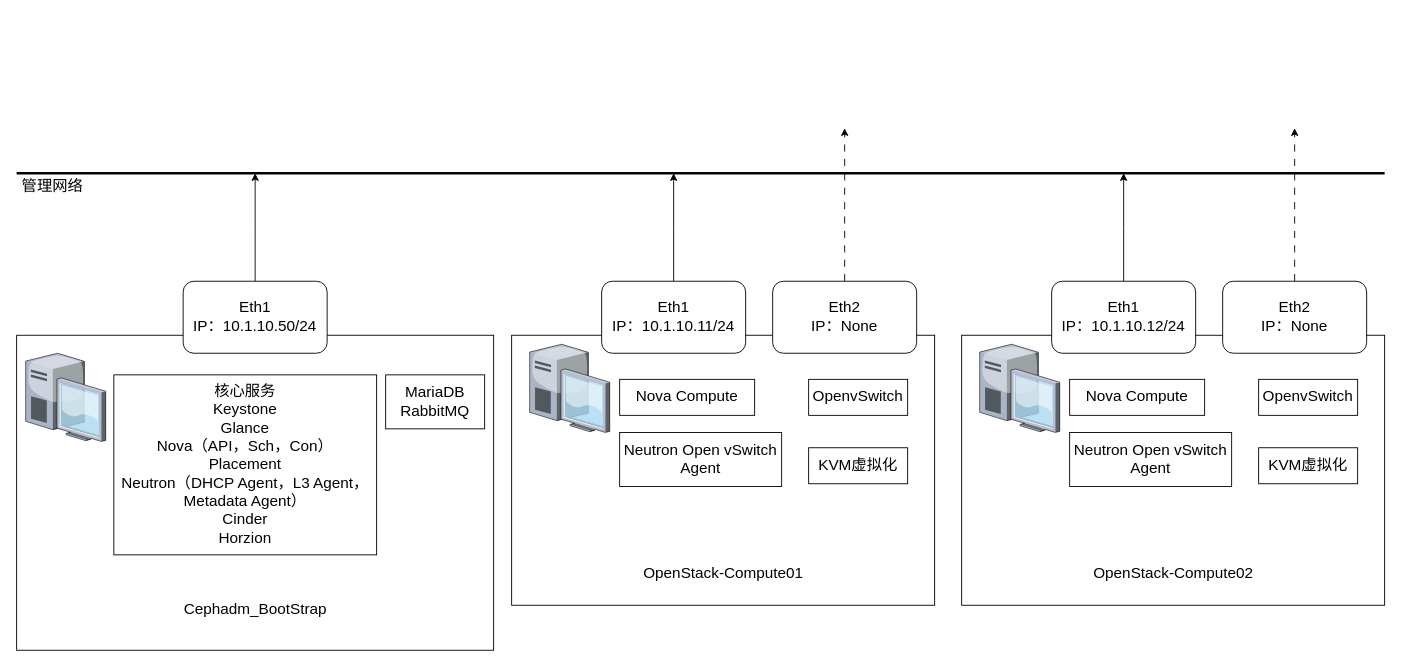
Before: Ceph部分结构图.drawio in lrAltas/DrwaIO, a draw.io diagram. Source tidied: cells renumbered, new cells numbered last; positions are measured from the earlier drawing's top-left corner, leaving out a move shared by most shapes. Both pictures are drawn from the tidied source at 90%, with x=0, y=0 at pixel (16, 128).
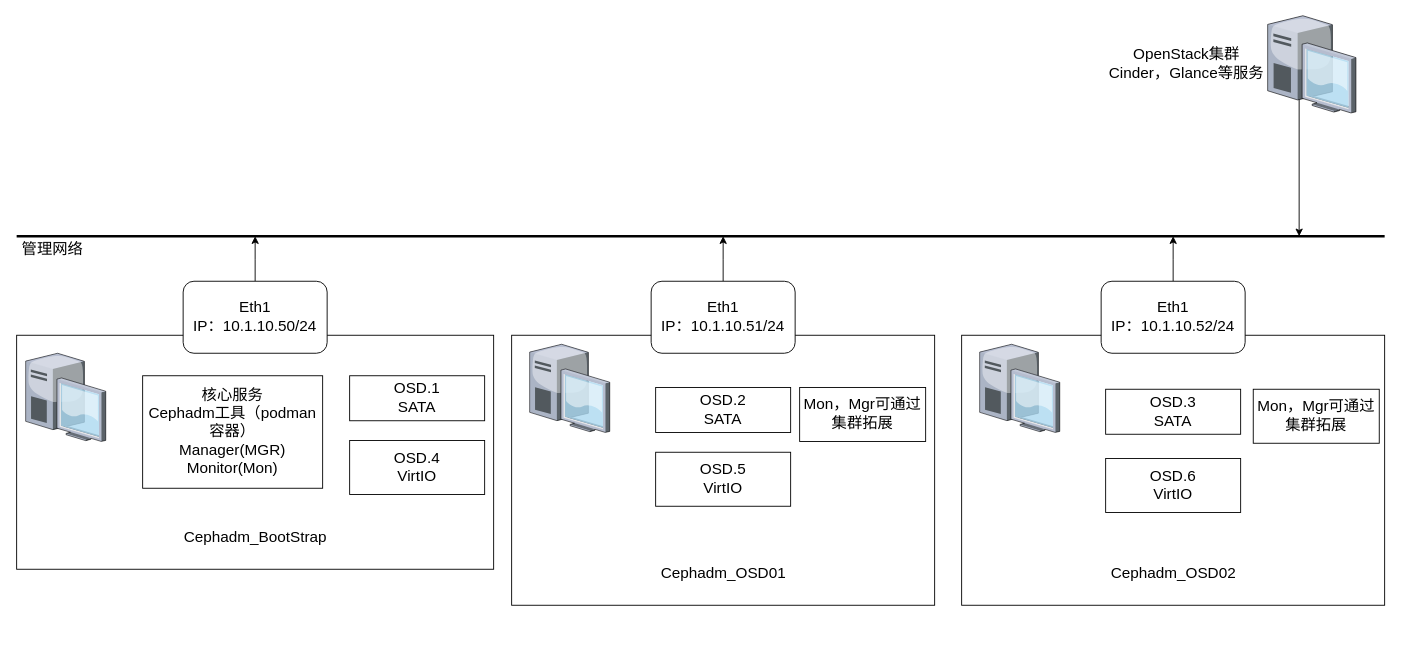
Above is the later version.

Commit message (it also covers changes not shown here):
更新Ceph部分结构图.drawio

Unchanged cells that the change refers to:
```xml
<mxCell id="15" value="&lt;div&gt;&lt;font style=&quot;font-size: 17px;&quot;&gt;Eth1&lt;/font&gt;&lt;/div&gt;&lt;div&gt;&lt;font style=&quot;font-size: 17px;&quot;&gt;IP：10.1.10.50/24&lt;/font&gt;&lt;/div&gt;" style="rounded=1;whiteSpace=wrap;html=1;" parent="1" vertex="1">
  <mxGeometry x="185" y="170" width="160" height="80" as="geometry" />
</mxCell>
```

Diff of the diagram source:
```diff
@@
     <mxCell id="2" style="rounded=0;whiteSpace=wrap;html=1;" parent="1" vertex="1">
-      <mxGeometry y="230" width="530" height="350" as="geometry" />
+      <mxGeometry y="230" width="530" height="260" as="geometry" />
     </mxCell>
     <mxCell id="3" style="endArrow=none;html=1;rounded=0;strokeWidth=3;" parent="1" edge="1">
       <mxGeometry relative="1" as="geometry">
-        <mxPoint y="50" as="sourcePoint" />
-        <mxPoint x="1520" y="50" as="targetPoint" />
+        <mxPoint y="120" as="sourcePoint" />
+        <mxPoint x="1520" y="120" as="targetPoint" />
       </mxGeometry>
     </mxCell>
@@
-    <mxCell id="5" value="&lt;div&gt;核心服务&lt;/div&gt;&lt;div&gt;Keystone&lt;/div&gt;&lt;div&gt;Glance&lt;/div&gt;&lt;div&gt;Nova（API，Sch，Con）&lt;/div&gt;&lt;div&gt;Placement&lt;/div&gt;&lt;div&gt;Neutron（DHCP Agent，L3 Agent，Metadata Agent）&lt;/div&gt;&lt;div&gt;Cinder&lt;/div&gt;&lt;div&gt;Horzion&lt;/div&gt;" style="rounded=0;whiteSpace=wrap;html=1;fontSize=17;" parent="1" vertex="1">
-      <mxGeometry x="108" y="274" width="292" height="200" as="geometry" />
+    <mxCell id="5" value="&lt;div&gt;核心服务&lt;/div&gt;&lt;div&gt;Cephadm工具（podman容器）&lt;/div&gt;&lt;div&gt;Manager(MGR)&lt;/div&gt;&lt;div&gt;Monitor(Mon)&lt;/div&gt;" style="rounded=0;whiteSpace=wrap;html=1;fontSize=17;" parent="1" vertex="1">
+      <mxGeometry x="140" y="275" width="200" height="125" as="geometry" />
     </mxCell>
-    <mxCell id="6" value="&lt;div&gt;MariaDB&lt;/div&gt;&lt;div&gt;RabbitMQ&lt;/div&gt;" style="whiteSpace=wrap;html=1;fontSize=17;" parent="1" vertex="1">
-      <mxGeometry x="410" y="274" width="110" height="60" as="geometry" />
-    </mxCell>
     <mxCell id="7" value="&lt;div&gt;Cephadm_BootStrap&lt;/div&gt;" style="text;html=1;whiteSpace=wrap;strokeColor=none;fillColor=none;align=center;verticalAlign=middle;rounded=0;fontSize=17;" parent="1" vertex="1">
-      <mxGeometry x="167.5" y="520" width="195" height="30" as="geometry" />
+      <mxGeometry x="167.5" y="440" width="195" height="30" as="geometry" />
     </mxCell>
     <mxCell id="8" value="&lt;font&gt;管理网络&lt;/font&gt;" style="text;html=1;whiteSpace=wrap;strokeColor=none;fillColor=none;align=center;verticalAlign=middle;rounded=0;fontSize=17;" parent="1" vertex="1">
-      <mxGeometry y="50" width="80" height="30" as="geometry" />
+      <mxGeometry y="120" width="80" height="30" as="geometry" />
     </mxCell>
@@
-    <mxCell id="11" value="&lt;div&gt;Nova Compute&lt;/div&gt;" style="rounded=0;whiteSpace=wrap;html=1;fontSize=17;" parent="1" vertex="1">
-      <mxGeometry x="670" y="279" width="150" height="40" as="geometry" />
+    <mxCell id="11" value="&lt;div&gt;OSD.2&lt;/div&gt;&lt;div&gt;SATA&lt;/div&gt;" style="rounded=0;whiteSpace=wrap;html=1;fontSize=17;" parent="1" vertex="1">
+      <mxGeometry x="710" y="288" width="150" height="50" as="geometry" />
     </mxCell>
-    <mxCell id="12" value="OpenvSwitch" style="whiteSpace=wrap;html=1;fontSize=17;" parent="1" vertex="1">
-      <mxGeometry x="880" y="279" width="110" height="40" as="geometry" />
-    </mxCell>
-    <mxCell id="13" value="&lt;div&gt;OpenStack-Compute01&lt;/div&gt;" style="text;html=1;whiteSpace=wrap;strokeColor=none;fillColor=none;align=center;verticalAlign=middle;rounded=0;fontSize=17;" parent="1" vertex="1">
+    <mxCell id="13" value="&lt;div&gt;Cephadm_OSD01&lt;/div&gt;" style="text;html=1;whiteSpace=wrap;strokeColor=none;fillColor=none;align=center;verticalAlign=middle;rounded=0;fontSize=17;" parent="1" vertex="1">
       <mxGeometry x="687.5" y="480" width="195" height="30" as="geometry" />
     </mxCell>
     <mxCell id="14" style="edgeStyle=orthogonalEdgeStyle;rounded=0;jettySize=auto;html=1;" parent="1" edge="1" source="15">
       <mxGeometry relative="1" as="geometry">
-        <mxPoint x="265" y="50" as="targetPoint" />
+        <mxPoint x="265" y="120" as="targetPoint" />
       </mxGeometry>
     </mxCell>
@@
-    <mxCell id="16" value="&lt;font style=&quot;font-size: 17px;&quot;&gt;Neutron Open vSwitch Agent&lt;/font&gt;" style="rounded=0;whiteSpace=wrap;html=1;" parent="1" vertex="1">
-      <mxGeometry x="670" y="338" width="180" height="60" as="geometry" />
-    </mxCell>
-    <mxCell id="17" value="KVM虚拟化" style="whiteSpace=wrap;html=1;fontSize=17;" parent="1" vertex="1">
-      <mxGeometry x="880" y="355" width="110" height="40" as="geometry" />
-    </mxCell>
-    <mxCell id="18" style="edgeStyle=orthogonalEdgeStyle;rounded=0;jettySize=auto;html=1;" parent="1" edge="1" source="19">
-      <mxGeometry relative="1" as="geometry">
-        <mxPoint x="730" y="50" as="targetPoint" />
-      </mxGeometry>
-    </mxCell>
+    <mxCell id="33" style="edgeStyle=orthogonalEdgeStyle;rounded=0;jettySize=auto;html=1;" parent="1" edge="1" source="19">
+      <mxGeometry relative="1" as="geometry">
+        <mxPoint x="785" y="120" as="targetPoint" />
+      </mxGeometry>
+    </mxCell>
-    <mxCell id="19" value="&lt;div&gt;&lt;font style=&quot;font-size: 17px;&quot;&gt;Eth1&lt;/font&gt;&lt;/div&gt;&lt;div&gt;&lt;font style=&quot;font-size: 17px;&quot;&gt;IP：10.1.10.11/24&lt;/font&gt;&lt;/div&gt;" style="rounded=1;whiteSpace=wrap;html=1;" parent="1" vertex="1">
-      <mxGeometry x="650" y="170" width="160" height="80" as="geometry" />
+    <mxCell id="19" value="&lt;div&gt;&lt;font style=&quot;font-size: 17px;&quot;&gt;Eth1&lt;/font&gt;&lt;/div&gt;&lt;div&gt;&lt;font style=&quot;font-size: 17px;&quot;&gt;IP：10.1.10.51/24&lt;/font&gt;&lt;/div&gt;" style="rounded=1;whiteSpace=wrap;html=1;" parent="1" vertex="1">
+      <mxGeometry x="705" y="170" width="160" height="80" as="geometry" />
     </mxCell>
-    <mxCell id="20" style="edgeStyle=orthogonalEdgeStyle;rounded=0;jettySize=auto;html=1;dashed=1;dashPattern=8 8;" parent="1" edge="1" source="21">
-      <mxGeometry relative="1" as="geometry">
-        <mxPoint x="920" as="targetPoint" />
-      </mxGeometry>
-    </mxCell>
-    <mxCell id="21" value="&lt;div&gt;&lt;font style=&quot;font-size: 17px;&quot;&gt;Eth2&lt;/font&gt;&lt;/div&gt;&lt;div&gt;&lt;font style=&quot;font-size: 17px;&quot;&gt;IP：None&lt;/font&gt;&lt;/div&gt;" style="rounded=1;whiteSpace=wrap;html=1;" parent="1" vertex="1">
-      <mxGeometry x="840" y="170" width="160" height="80" as="geometry" />
-    </mxCell>
@@
-    <mxCell id="24" value="&lt;div&gt;Nova Compute&lt;/div&gt;" style="rounded=0;whiteSpace=wrap;html=1;fontSize=17;" parent="1" vertex="1">
-      <mxGeometry x="1170" y="279" width="150" height="40" as="geometry" />
-    </mxCell>
-    <mxCell id="25" value="OpenvSwitch" style="whiteSpace=wrap;html=1;fontSize=17;" parent="1" vertex="1">
-      <mxGeometry x="1380" y="279" width="110" height="40" as="geometry" />
-    </mxCell>
-    <mxCell id="26" value="&lt;div&gt;OpenStack-Compute02&lt;/div&gt;" style="text;html=1;whiteSpace=wrap;strokeColor=none;fillColor=none;align=center;verticalAlign=middle;rounded=0;fontSize=17;" parent="1" vertex="1">
+    <mxCell id="26" value="&lt;div&gt;Cephadm_OSD02&lt;/div&gt;" style="text;html=1;whiteSpace=wrap;strokeColor=none;fillColor=none;align=center;verticalAlign=middle;rounded=0;fontSize=17;" parent="1" vertex="1">
       <mxGeometry x="1187.5" y="480" width="195" height="30" as="geometry" />
     </mxCell>
-    <mxCell id="27" value="&lt;font style=&quot;font-size: 17px;&quot;&gt;Neutron Open vSwitch Agent&lt;/font&gt;" style="rounded=0;whiteSpace=wrap;html=1;" parent="1" vertex="1">
-      <mxGeometry x="1170" y="338" width="180" height="60" as="geometry" />
-    </mxCell>
-    <mxCell id="28" value="KVM虚拟化" style="whiteSpace=wrap;html=1;fontSize=17;" parent="1" vertex="1">
-      <mxGeometry x="1380" y="355" width="110" height="40" as="geometry" />
-    </mxCell>
-    <mxCell id="29" style="edgeStyle=orthogonalEdgeStyle;rounded=0;jettySize=auto;html=1;" parent="1" edge="1" source="30">
-      <mxGeometry relative="1" as="geometry">
-        <mxPoint x="1230" y="50" as="targetPoint" />
-      </mxGeometry>
-    </mxCell>
+    <mxCell id="34" style="edgeStyle=orthogonalEdgeStyle;rounded=0;jettySize=auto;html=1;" parent="1" edge="1" source="30">
+      <mxGeometry relative="1" as="geometry">
+        <mxPoint x="1285" y="120" as="targetPoint" />
+      </mxGeometry>
+    </mxCell>
-    <mxCell id="30" value="&lt;div&gt;&lt;font style=&quot;font-size: 17px;&quot;&gt;Eth1&lt;/font&gt;&lt;/div&gt;&lt;div&gt;&lt;font style=&quot;font-size: 17px;&quot;&gt;IP：10.1.10.12/24&lt;/font&gt;&lt;/div&gt;" style="rounded=1;whiteSpace=wrap;html=1;" parent="1" vertex="1">
-      <mxGeometry x="1150" y="170" width="160" height="80" as="geometry" />
+    <mxCell id="30" value="&lt;div&gt;&lt;font style=&quot;font-size: 17px;&quot;&gt;Eth1&lt;/font&gt;&lt;/div&gt;&lt;div&gt;&lt;font style=&quot;font-size: 17px;&quot;&gt;IP：10.1.10.52/24&lt;/font&gt;&lt;/div&gt;" style="rounded=1;whiteSpace=wrap;html=1;" parent="1" vertex="1">
+      <mxGeometry x="1205" y="170" width="160" height="80" as="geometry" />
     </mxCell>
-    <mxCell id="31" style="edgeStyle=orthogonalEdgeStyle;rounded=0;jettySize=auto;html=1;dashed=1;dashPattern=8 8;" parent="1" edge="1" source="32">
-      <mxGeometry relative="1" as="geometry">
-        <mxPoint x="1420" as="targetPoint" />
-      </mxGeometry>
-    </mxCell>
-    <mxCell id="32" value="&lt;div&gt;&lt;font style=&quot;font-size: 17px;&quot;&gt;Eth2&lt;/font&gt;&lt;/div&gt;&lt;div&gt;&lt;font style=&quot;font-size: 17px;&quot;&gt;IP：None&lt;/font&gt;&lt;/div&gt;" style="rounded=1;whiteSpace=wrap;html=1;" parent="1" vertex="1">
-      <mxGeometry x="1340" y="170" width="160" height="80" as="geometry" />
-    </mxCell>
+    <mxCell id="35" value="&lt;div&gt;OSD.5&lt;/div&gt;&lt;div&gt;VirtIO&lt;/div&gt;" style="rounded=0;whiteSpace=wrap;html=1;fontSize=17;" parent="1" vertex="1">
+      <mxGeometry x="710" y="360" width="150" height="60" as="geometry" />
+    </mxCell>
+    <mxCell id="36" value="&lt;div&gt;OSD.3&lt;/div&gt;&lt;div&gt;SATA&lt;/div&gt;" style="rounded=0;whiteSpace=wrap;html=1;fontSize=17;" parent="1" vertex="1">
+      <mxGeometry x="1210" y="290" width="150" height="50" as="geometry" />
+    </mxCell>
+    <mxCell id="37" value="&lt;div&gt;OSD.6&lt;/div&gt;&lt;div&gt;VirtIO&lt;/div&gt;" style="rounded=0;whiteSpace=wrap;html=1;fontSize=17;" parent="1" vertex="1">
+      <mxGeometry x="1210" y="367" width="150" height="60" as="geometry" />
+    </mxCell>
+    <mxCell id="38" value="&lt;font style=&quot;font-size: 17px;&quot;&gt;Mon，Mgr可通过集群拓展&lt;/font&gt;" style="whiteSpace=wrap;html=1;" parent="1" vertex="1">
+      <mxGeometry x="870" y="288" width="140" height="60" as="geometry" />
+    </mxCell>
+    <mxCell id="39" value="&lt;font style=&quot;font-size: 17px;&quot;&gt;Mon，Mgr可通过集群拓展&lt;/font&gt;" style="whiteSpace=wrap;html=1;" parent="1" vertex="1">
+      <mxGeometry x="1374" y="290" width="140" height="60" as="geometry" />
+    </mxCell>
+    <mxCell id="40" style="edgeStyle=orthogonalEdgeStyle;rounded=0;orthogonalLoop=1;jettySize=auto;html=1;" parent="1" edge="1">
+      <mxGeometry relative="1" as="geometry">
+        <mxPoint x="1425" y="-40" as="sourcePoint" />
+        <mxPoint x="1425" y="120" as="targetPoint" />
+      </mxGeometry>
+    </mxCell>
+    <mxCell id="41" style="verticalLabelPosition=bottom;sketch=0;html=1;verticalAlign=top;strokeColor=none;align=center;shape=mxgraph.citrix.desktop;" parent="1" vertex="1">
+      <mxGeometry x="1390" y="-125" width="98.1" height="108" as="geometry" />
+    </mxCell>
+    <mxCell id="42" value="&lt;div&gt;&lt;font style=&quot;font-size: 17px;&quot;&gt;OpenStack集群&lt;/font&gt;&lt;/div&gt;&lt;div&gt;&lt;font style=&quot;font-size: 17px;&quot;&gt;Cinder，Glance等服务&lt;/font&gt;&lt;/div&gt;" style="text;html=1;whiteSpace=wrap;strokeColor=none;fillColor=none;align=center;verticalAlign=middle;rounded=0;" parent="1" vertex="1">
+      <mxGeometry x="1200" y="-86" width="200" height="30" as="geometry" />
+    </mxCell>
+    <mxCell id="43" value="&lt;div&gt;OSD.1&lt;/div&gt;&lt;div&gt;SATA&lt;/div&gt;" style="rounded=0;whiteSpace=wrap;html=1;fontSize=17;" parent="1" vertex="1">
+      <mxGeometry x="370" y="275" width="150" height="50" as="geometry" />
+    </mxCell>
+    <mxCell id="44" value="&lt;div&gt;OSD.4&lt;/div&gt;&lt;div&gt;VirtIO&lt;/div&gt;" style="rounded=0;whiteSpace=wrap;html=1;fontSize=17;" parent="1" vertex="1">
+      <mxGeometry x="370" y="347" width="150" height="60" as="geometry" />
+    </mxCell>
```
